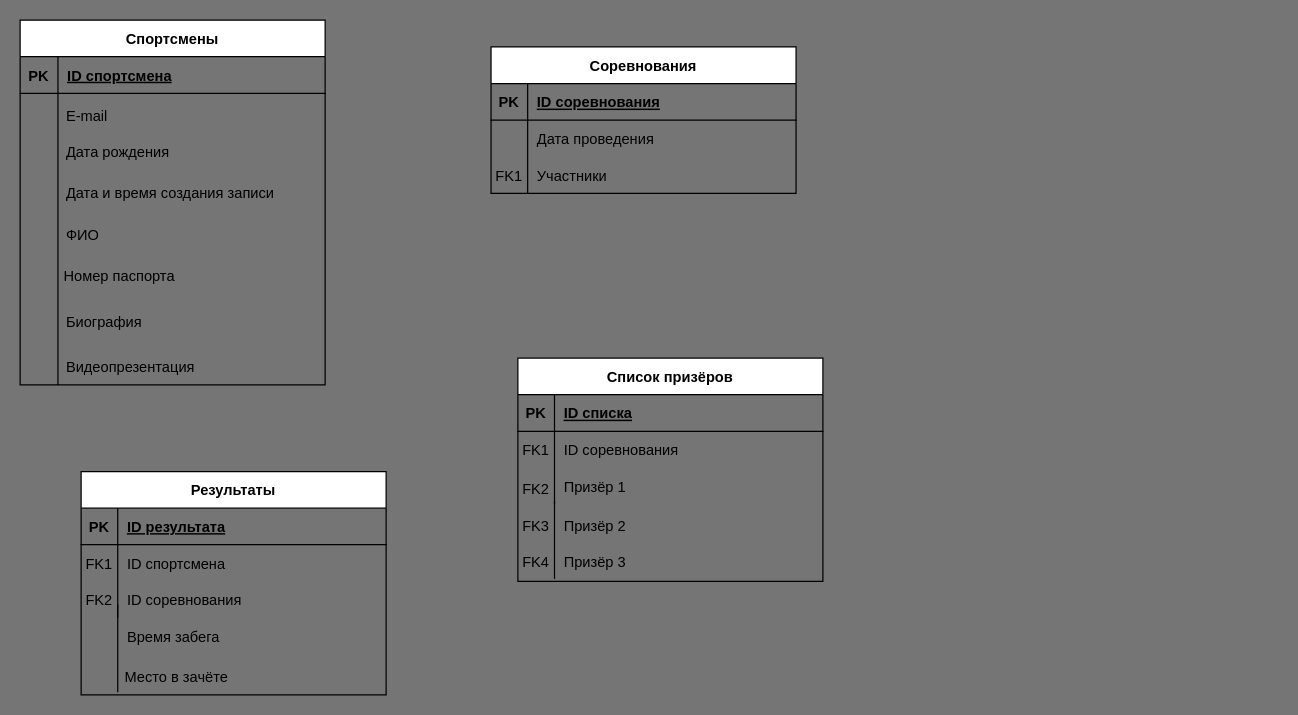
Zirrtan/diagramm keeps this draw.io diagram as Диаграмма без названия.drawio. Above is the earlier version. Source tidied: cells renumbered, new cells numbered last; positions are measured from the earlier drawing's top-left corner, leaving out a move shared by most shapes. Both pictures are drawn from the tidied source at 122%, with x=0, y=0 at pixel (20, 20).
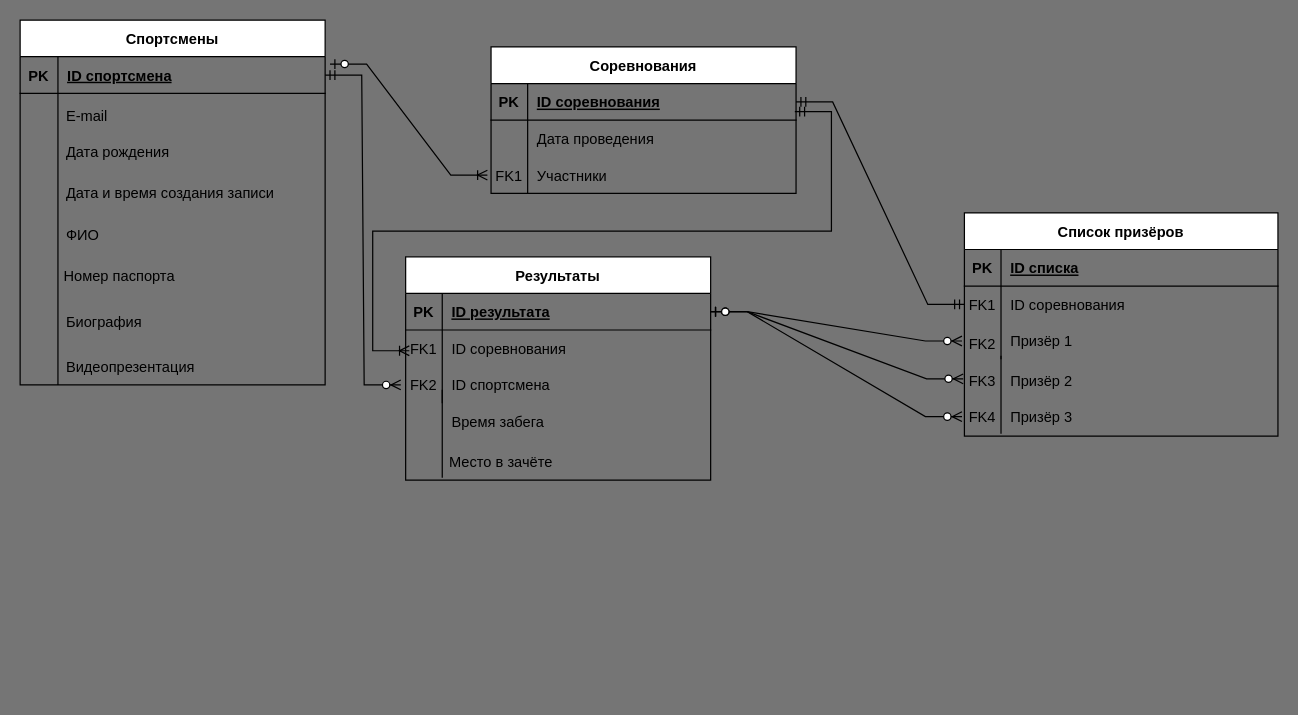
The same diagram, later.

The change refers to these unchanged cells:
```xml
<mxCell id="3" style="shape=partialRectangle;fillColor=none;points=[[0,0.5],[1,0.5]];portConstraint=eastwest;top=0;left=0;right=0;bottom=1;" parent="2" vertex="1">
  <mxGeometry y="30" width="250" height="30" as="geometry" />
</mxCell>
<mxCell id="13" style="shape=partialRectangle;fillColor=none;points=[[0,0.5],[1,0.5]];portConstraint=eastwest;top=0;left=0;right=0;bottom=1;" parent="12" vertex="1">
  <mxGeometry y="30" width="250" height="30" as="geometry" />
</mxCell>
<mxCell id="16" style="shape=partialRectangle;fillColor=none;top=0;left=0;right=0;bottom=0;" parent="12" vertex="1">
  <mxGeometry y="60" width="250" height="30" as="geometry" />
</mxCell>
<mxCell id="19" style="shape=partialRectangle;fillColor=none;top=0;left=0;right=0;bottom=0;" parent="12" vertex="1">
  <mxGeometry y="90" width="250" height="30" as="geometry" />
</mxCell>
<mxCell id="23" style="shape=partialRectangle;fillColor=none;points=[[0,0.5],[1,0.5]];portConstraint=eastwest;top=0;left=0;right=0;bottom=1;" parent="22" vertex="1">
  <mxGeometry y="30" width="250" height="30" as="geometry" />
</mxCell>
```

What changed in the source:
```diff
@@
     <mxCell id="12" value="Результаты" style="shape=table;startSize=30;childLayout=tableLayout;rowLines=0;fontStyle=1;align=center;" parent="1" vertex="1">
-      <mxGeometry x="50" y="370" width="250" height="183" as="geometry" />
+      <mxGeometry x="316" y="194" width="250" height="183" as="geometry" />
     </mxCell>
@@
-    <mxCell id="18" value="ID спортсмена" style="shape=partialRectangle;overflow=hidden;fillColor=none;top=0;left=0;bottom=0;right=0;align=left;spacingLeft=6;" parent="16" vertex="1">
+    <mxCell id="18" value="ID соревнования" style="shape=partialRectangle;overflow=hidden;fillColor=none;top=0;left=0;bottom=0;right=0;align=left;spacingLeft=6;" parent="16" vertex="1">
       <mxGeometry x="30" width="220" height="30" as="geometry" />
     </mxCell>
@@
-    <mxCell id="21" value="ID соревнования" style="shape=partialRectangle;overflow=hidden;fillColor=none;top=0;left=0;bottom=0;right=0;align=left;spacingLeft=6;" parent="19" vertex="1">
+    <mxCell id="21" value="ID спортсмена" style="shape=partialRectangle;overflow=hidden;fillColor=none;top=0;left=0;bottom=0;right=0;align=left;spacingLeft=6;" parent="19" vertex="1">
       <mxGeometry x="30" width="220" height="30" as="geometry" />
     </mxCell>
@@
     <mxCell id="36" value="FK2" style="shape=partialRectangle;overflow=hidden;fillColor=none;top=0;left=0;bottom=0;right=0;" parent="1" vertex="1">
-      <mxGeometry x="50" y="460" width="30" height="30" as="geometry" />
+      <mxGeometry x="316" y="284" width="30" height="30" as="geometry" />
     </mxCell>
     <mxCell id="37" value="Время забега" style="shape=partialRectangle;overflow=hidden;fillColor=none;top=0;left=0;bottom=0;right=0;align=left;spacingLeft=6;" parent="1" vertex="1">
-      <mxGeometry x="80" y="490" width="220" height="30" as="geometry" />
+      <mxGeometry x="346" y="314" width="220" height="30" as="geometry" />
     </mxCell>
     <mxCell id="38" value="Место в зачёте" style="shape=partialRectangle;overflow=hidden;fillColor=none;top=0;left=0;bottom=0;right=0;align=left;spacingLeft=6;" parent="1" vertex="1">
-      <mxGeometry x="78" y="523" width="220" height="30" as="geometry" />
+      <mxGeometry x="344" y="347" width="220" height="30" as="geometry" />
     </mxCell>
     <mxCell id="39" value="Список призёров" style="shape=table;startSize=30;childLayout=tableLayout;rowLines=0;fontStyle=1;align=center;" parent="1" vertex="1">
-      <mxGeometry x="408" y="277" width="250" height="183" as="geometry" />
+      <mxGeometry x="774" y="158" width="257" height="183" as="geometry" />
     </mxCell>
     <mxCell id="40" style="shape=partialRectangle;fillColor=none;top=0;left=0;right=0;bottom=1;" parent="39" vertex="1">
-      <mxGeometry y="30" width="250" height="30" as="geometry" />
+      <mxGeometry y="30" width="257" height="30" as="geometry" />
     </mxCell>
@@
     <mxCell id="42" value="ID списка" style="shape=partialRectangle;overflow=hidden;fillColor=none;top=0;left=0;bottom=0;right=0;align=left;spacingLeft=6;fontStyle=5;" parent="40" vertex="1">
-      <mxGeometry x="30" width="220" height="30" as="geometry" />
+      <mxGeometry x="30" width="227" height="30" as="geometry" />
     </mxCell>
     <mxCell id="43" style="shape=partialRectangle;fillColor=none;points=[[0,0.5],[1,0.5]];portConstraint=eastwest;top=0;left=0;right=0;bottom=0;" parent="39" vertex="1">
-      <mxGeometry y="60" width="250" height="30" as="geometry" />
+      <mxGeometry y="60" width="257" height="30" as="geometry" />
     </mxCell>
@@
     <mxCell id="45" value="ID соревнования" style="shape=partialRectangle;overflow=hidden;fillColor=none;top=0;left=0;bottom=0;right=0;align=left;spacingLeft=6;" parent="43" vertex="1">
-      <mxGeometry x="30" width="220" height="30" as="geometry" />
+      <mxGeometry x="30" width="227" height="30" as="geometry" />
     </mxCell>
     <mxCell id="46" style="shape=partialRectangle;fillColor=none;top=0;left=0;right=0;bottom=0;" parent="39" vertex="1">
-      <mxGeometry y="90" width="250" height="30" as="geometry" />
+      <mxGeometry y="90" width="257" height="30" as="geometry" />
     </mxCell>
@@
     <mxCell id="48" value="Призёр 1" style="shape=partialRectangle;overflow=hidden;fillColor=none;top=0;left=0;bottom=0;right=0;align=left;spacingLeft=6;" parent="46" vertex="1">
-      <mxGeometry x="30" width="220" height="30" as="geometry" />
+      <mxGeometry x="30" width="227" height="30" as="geometry" />
     </mxCell>
     <mxCell id="49" value="Призёр 2" style="shape=partialRectangle;overflow=hidden;fillColor=none;top=0;left=0;bottom=0;right=0;align=left;spacingLeft=6;" parent="1" vertex="1">
-      <mxGeometry x="438" y="399" width="220" height="30" as="geometry" />
+      <mxGeometry x="804" y="280" width="220" height="30" as="geometry" />
     </mxCell>
     <mxCell id="50" value="Призёр 3" style="shape=partialRectangle;overflow=hidden;fillColor=none;top=0;left=0;bottom=0;right=0;align=left;spacingLeft=6;" parent="1" vertex="1">
-      <mxGeometry x="438" y="429" width="220" height="30" as="geometry" />
+      <mxGeometry x="804" y="310" width="220" height="30" as="geometry" />
     </mxCell>
     <mxCell id="51" value="FK2" style="shape=partialRectangle;overflow=hidden;fillColor=none;top=0;left=0;bottom=0;right=0;" parent="1" vertex="1">
-      <mxGeometry x="408" y="369" width="30" height="30" as="geometry" />
+      <mxGeometry x="774" y="250" width="30" height="30" as="geometry" />
     </mxCell>
     <mxCell id="52" value="FK3" style="shape=partialRectangle;overflow=hidden;fillColor=none;top=0;left=0;bottom=0;right=0;" parent="1" vertex="1">
-      <mxGeometry x="408" y="399" width="30" height="30" as="geometry" />
+      <mxGeometry x="774" y="280" width="30" height="30" as="geometry" />
     </mxCell>
     <mxCell id="53" value="FK4" style="shape=partialRectangle;overflow=hidden;fillColor=none;top=0;left=0;bottom=0;right=0;" parent="1" vertex="1">
-      <mxGeometry x="408" y="429" width="30" height="30" as="geometry" />
+      <mxGeometry x="774" y="310" width="30" height="30" as="geometry" />
     </mxCell>
     <mxCell id="54" style="endArrow=none;html=1;rounded=0;" parent="1" edge="1">
       <mxGeometry relative="1" as="geometry">
-        <mxPoint x="438" y="458" as="sourcePoint" />
-        <mxPoint x="438" y="394" as="targetPoint" />
+        <mxPoint x="804" y="339" as="sourcePoint" />
+        <mxPoint x="804" y="275" as="targetPoint" />
       </mxGeometry>
     </mxCell>
     <mxCell id="55" style="endArrow=none;html=1;rounded=0;" parent="1" edge="1">
       <mxGeometry relative="1" as="geometry">
-        <mxPoint x="80" y="551" as="sourcePoint" />
-        <mxPoint x="80" y="479" as="targetPoint" />
+        <mxPoint x="346" y="375" as="sourcePoint" />
+        <mxPoint x="346" y="303" as="targetPoint" />
       </mxGeometry>
     </mxCell>
@@
+    <mxCell id="57" style="edgeStyle=entityRelationEdgeStyle;fontSize=12;html=1;endArrow=ERzeroToMany;startArrow=ERzeroToOne;rounded=0;exitX=1;exitY=0.5;exitDx=0;exitDy=0;" parent="1" edge="1" source="13">
+      <mxGeometry relative="1" as="geometry">
+        <mxPoint x="772" y="325" as="targetPoint" />
+      </mxGeometry>
+    </mxCell>
+    <mxCell id="58" style="edgeStyle=entityRelationEdgeStyle;fontSize=12;html=1;endArrow=ERzeroToMany;startArrow=ERzeroToOne;rounded=0;exitX=1;exitY=0.5;exitDx=0;exitDy=0;" parent="1" edge="1" source="13">
+      <mxGeometry relative="1" as="geometry">
+        <mxPoint x="773" y="294" as="targetPoint" />
+      </mxGeometry>
+    </mxCell>
+    <mxCell id="59" style="edgeStyle=entityRelationEdgeStyle;fontSize=12;html=1;endArrow=ERzeroToMany;startArrow=ERzeroToOne;rounded=0;exitX=1;exitY=0.5;exitDx=0;exitDy=0;" parent="1" edge="1" source="13">
+      <mxGeometry relative="1" as="geometry">
+        <mxPoint x="772" y="263" as="targetPoint" />
+      </mxGeometry>
+    </mxCell>
+    <mxCell id="60" style="edgeStyle=entityRelationEdgeStyle;fontSize=12;html=1;endArrow=ERoneToMany;startArrow=ERzeroToOne;rounded=0;exitX=1.016;exitY=0.2;exitDx=0;exitDy=0;exitPerimeter=0;" parent="1" edge="1" source="23">
+      <mxGeometry relative="1" as="geometry">
+        <mxPoint x="383" y="127" as="targetPoint" />
+      </mxGeometry>
+    </mxCell>
+    <mxCell id="61" style="edgeStyle=entityRelationEdgeStyle;fontSize=12;html=1;endArrow=ERmandOne;startArrow=ERmandOne;rounded=0;entryX=1;entryY=0.5;entryDx=0;entryDy=0;exitX=0;exitY=0.5;exitDx=0;exitDy=0;" parent="1" edge="1" source="43" target="3">
+      <mxGeometry relative="1" as="geometry" />
+    </mxCell>
+    <mxCell id="62" style="edgeStyle=entityRelationEdgeStyle;fontSize=12;html=1;endArrow=ERzeroToMany;startArrow=ERmandOne;rounded=0;strokeColor=default;" parent="1" edge="1" source="23">
+      <mxGeometry relative="1" as="geometry">
+        <mxPoint x="312" y="299" as="targetPoint" />
+      </mxGeometry>
+    </mxCell>
+    <mxCell id="63" style="edgeStyle=entityRelationEdgeStyle;fontSize=12;html=1;endArrow=ERoneToMany;startArrow=ERmandOne;rounded=0;strokeColor=default;exitX=0.996;exitY=0.767;exitDx=0;exitDy=0;exitPerimeter=0;" parent="1" edge="1" source="3">
+      <mxGeometry relative="1" as="geometry">
+        <mxPoint x="319" y="271" as="targetPoint" />
+      </mxGeometry>
+    </mxCell>
```
